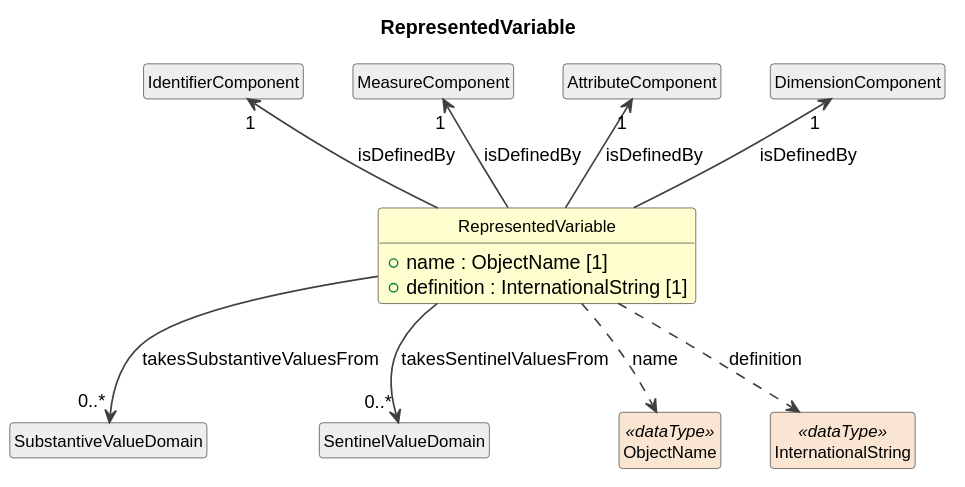
Cross-Domain-Interoperability-Framework/metadataBuildingBlocks keeps this PlantUML diagram as build/plantuml/cdifDataStructure/Classes/RepresentedVariable.svg. Above is the earlier version.
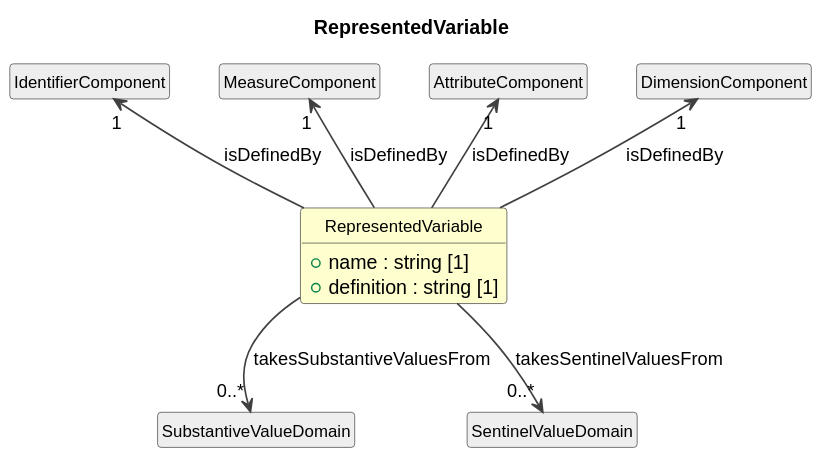
Above is the later version.

The edit, as a diff of the source:
```diff
@@ -11,8 +11,8 @@
 }
 
 class "RepresentedVariable" as RepresentedVariable #FEFECE {
-  +name : ObjectName [1]
-  +definition : InternationalString [1]
+  +name : string [1]
+  +definition : string [1]
 }
 class "IdentifierComponent" as IdentifierComponent #EEEEEE
 IdentifierComponent "1" <-- RepresentedVariable : isDefinedBy
@@ -26,8 +26,4 @@
 RepresentedVariable --> "0..*" SubstantiveValueDomain : takesSubstantiveValuesFrom
 class "SentinelValueDomain" as SentinelValueDomain #EEEEEE
 RepresentedVariable --> "0..*" SentinelValueDomain : takesSentinelValuesFrom
-class "ObjectName" as ObjectName <<dataType>> #FAE5D3
-RepresentedVariable ..> ObjectName : name
-class "InternationalString" as InternationalString <<dataType>> #FAE5D3
-RepresentedVariable ..> InternationalString : definition
 @enduml
```
